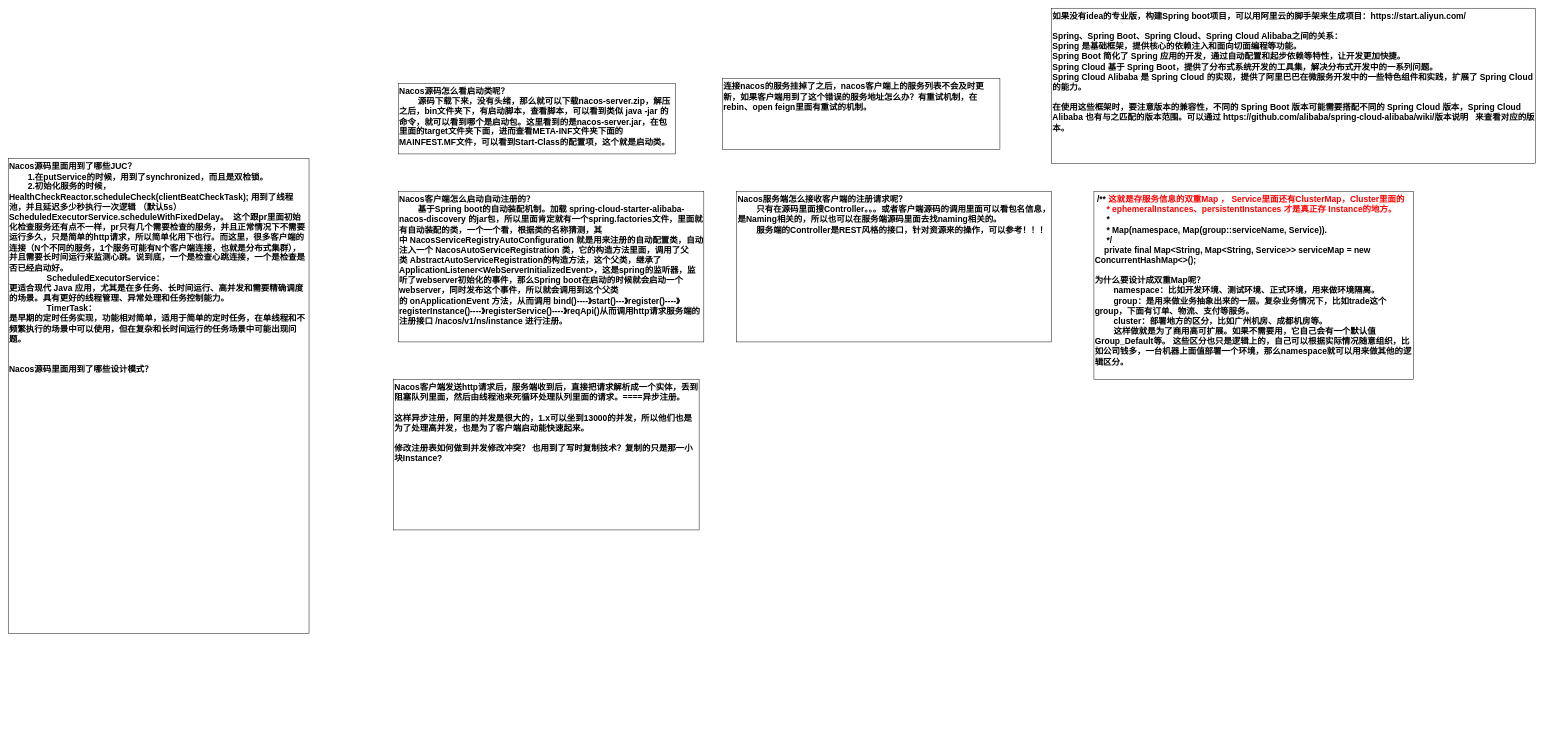
KGwolf/MyDraw keeps this draw.io diagram as JAVA/Nacos.drawio. Above is the earlier version. Source tidied: cells renumbered, new cells numbered last; positions are measured from the earlier drawing's top-left corner, leaving out a move shared by most shapes. Both pictures are drawn from the tidied source at 47%, with x=0, y=0 at pixel (8, 8).
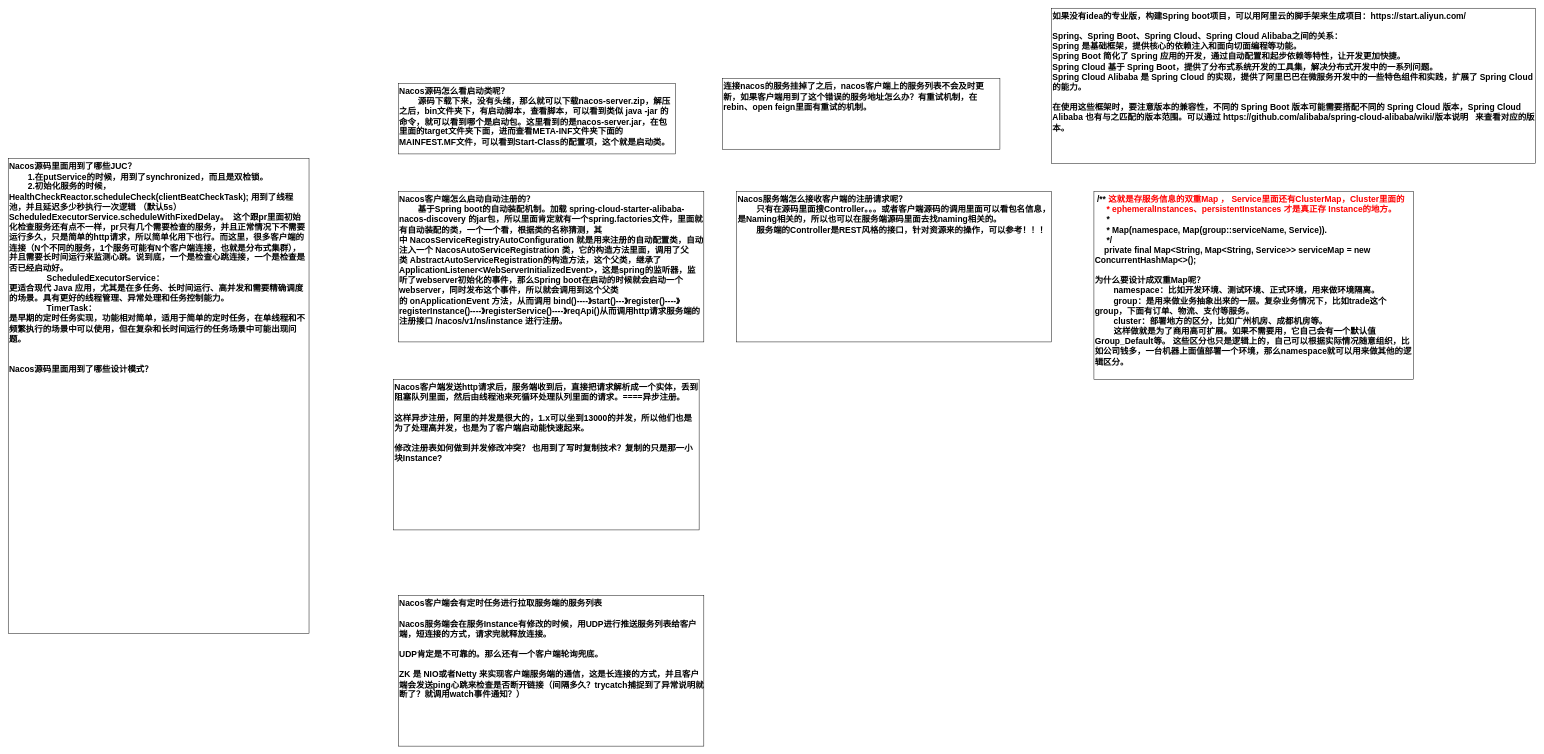
The same diagram, later.

What changed in the source:
```diff
@@
 <mxGraphModel>
   <root>
     <mxCell id="0" />
     <mxCell id="1" parent="0" />
     <mxCell id="2" value="Nacos源码怎么看启动类呢？&lt;div&gt;&lt;span style=&quot;white-space: pre;&quot;&gt;&#9;&lt;/span&gt;源码下载下来，没有头绪，那么就可以下载nacos-server.zip，解压之后，bin文件夹下，有启动脚本，查看脚本，可以看到类似 java -jar 的命令，就可以看到哪个是启动包。这里看到的是nacos-server.jar，在包里面的target文件夹下面，进而查看META-INF文件夹下面的MAINFEST.MF文件，可以看到Start-Class的配置项，这个就是启动类。&lt;br&gt;&lt;/div&gt;" style="rounded=0;whiteSpace=wrap;html=1;fontSize=18;fontStyle=1;verticalAlign=top;align=left;" parent="1" vertex="1">
       <mxGeometry x="830" y="160" width="590" height="150" as="geometry" />
     </mxCell>
     <mxCell id="3" value="连接nacos的服务挂掉了之后，nacos客户端上的服务列表不会及时更新，如果客户端用到了这个错误的服务地址怎么办？有重试机制，在rebin、open feign里面有重试的机制。" style="rounded=0;whiteSpace=wrap;html=1;fontSize=18;fontStyle=1;verticalAlign=top;align=left;" parent="1" vertex="1">
       <mxGeometry x="1520" y="150" width="590" height="150" as="geometry" />
     </mxCell>
     <mxCell id="4" value="如果没有idea的专业版，构建Spring boot项目，可以用阿里云的脚手架来生成项目：https://start.aliyun.com/&lt;div&gt;&lt;br&gt;&lt;/div&gt;&lt;div&gt;Spring、Spring Boot、Spring Cloud、Spring Cloud Alibaba之间的关系：&lt;/div&gt;&lt;div&gt;&lt;div&gt;Spring 是基础框架，提供核心的依赖注入和面向切面编程等功能。&lt;/div&gt;&lt;div&gt;Spring Boot 简化了 Spring 应用的开发，通过自动配置和起步依赖等特性，让开发更加快捷。&lt;/div&gt;&lt;div&gt;Spring Cloud 基于 Spring Boot，提供了分布式系统开发的工具集，解决分布式开发中的一系列问题。&lt;/div&gt;&lt;div&gt;Spring Cloud Alibaba 是 Spring Cloud 的实现，提供了阿里巴巴在微服务开发中的一些特色组件和实践，扩展了 Spring Cloud 的能力。&lt;/div&gt;&lt;div&gt;&lt;br&gt;&lt;/div&gt;&lt;div&gt;在使用这些框架时，要注意版本的兼容性，不同的 Spring Boot 版本可能需要搭配不同的 Spring Cloud 版本，Spring Cloud Alibaba 也有与之匹配的版本范围。可以通过&amp;nbsp;https://github.com/alibaba/spring-cloud-alibaba/wiki/版本说明&amp;nbsp; &amp;nbsp;来查看对应的版本。&lt;/div&gt;&lt;/div&gt;" style="rounded=0;whiteSpace=wrap;html=1;fontSize=18;fontStyle=1;verticalAlign=top;align=left;" parent="1" vertex="1">
       <mxGeometry x="2220" width="1030" height="330" as="geometry" />
     </mxCell>
     <mxCell id="5" value="Nacos客户端怎么启动自动注册的？&lt;div&gt;&lt;span style=&quot;white-space: pre;&quot;&gt;&#9;&lt;/span&gt;基于Spring boot的自动装配机制。加载&amp;nbsp;spring-cloud-starter-alibaba-nacos-discovery 的jar包，所以里面肯定就有一个spring.factories文件，里面就有自动装配的类，一个一个看，根据类的名称猜测，其中&amp;nbsp;NacosServiceRegistryAutoConfiguration 就是用来注册的自动配置类，自动注入一个&amp;nbsp;NacosAutoServiceRegistration 类，它的构造方法里面，调用了父类&amp;nbsp;AbstractAutoServiceRegistration的构造方法，这个父类，继承了ApplicationListener&amp;lt;WebServerInitializedEvent&amp;gt;，这是spring的监听器，监听了webserver初始化的事件，那么Spring boot在启动的时候就会启动一个webserver，同时发布这个事件，所以就会调用到这个父类的&amp;nbsp;onApplicationEvent 方法，从而调用 bind()----》start()---》register()----》registerInstance()----》registerService()----》reqApi()从而调用http请求服务端的注册接口 /nacos/v1/ns/instance 进行注册。&lt;br&gt;&lt;/div&gt;" style="rounded=0;whiteSpace=wrap;html=1;fontSize=18;fontStyle=1;verticalAlign=top;align=left;" parent="1" vertex="1">
       <mxGeometry x="830" y="390" width="650" height="320" as="geometry" />
     </mxCell>
     <mxCell id="6" value="Nacos服务端怎么接收客户端的注册请求呢？&lt;div&gt;&lt;span style=&quot;white-space: pre;&quot;&gt;&#9;&lt;/span&gt;只有在源码里面搜Controller。。。或者客户端源码的调用里面可以看包名信息，是Naming相关的，所以也可以在服务端源码里面去找naming相关的。&lt;br&gt;&lt;/div&gt;&lt;div&gt;&lt;span style=&quot;white-space: pre;&quot;&gt;&#9;&lt;/span&gt;服务端的Controller是REST风格的接口，针对资源来的操作，可以参考！！！&lt;br&gt;&lt;/div&gt;" style="rounded=0;whiteSpace=wrap;html=1;fontSize=18;fontStyle=1;verticalAlign=top;align=left;" parent="1" vertex="1">
       <mxGeometry x="1550" y="390" width="670" height="320" as="geometry" />
     </mxCell>
     <mxCell id="7" value="&lt;div&gt;&lt;div&gt;&amp;nbsp;/** &lt;font style=&quot;color: rgb(255, 0, 0);&quot;&gt;这就是存服务信息的双重Map ， Service里面还有ClusterMap，Cluster里面的&lt;/font&gt;&lt;/div&gt;&lt;div&gt;&lt;font style=&quot;color: rgb(255, 0, 0);&quot;&gt;&amp;nbsp; &amp;nbsp; &amp;nbsp;*&amp;nbsp;ephemeralInstances、persistentInstances 才是真正存 Instance的地方。&lt;/font&gt;&lt;/div&gt;&lt;div&gt;&amp;nbsp; &amp;nbsp; &amp;nbsp;*&lt;/div&gt;&lt;div&gt;&amp;nbsp; &amp;nbsp; &amp;nbsp;* Map(namespace, Map(group::serviceName, Service)).&lt;/div&gt;&lt;div&gt;&amp;nbsp; &amp;nbsp; &amp;nbsp;*/&lt;/div&gt;&lt;div&gt;&amp;nbsp; &amp;nbsp; private final Map&amp;lt;String, Map&amp;lt;String, Service&amp;gt;&amp;gt; serviceMap = new ConcurrentHashMap&amp;lt;&amp;gt;();&lt;/div&gt;&lt;/div&gt;&lt;div&gt;&lt;br&gt;&lt;/div&gt;&lt;div&gt;为什么要设计成双重Map呢？&lt;/div&gt;&lt;div&gt;&lt;span style=&quot;white-space: pre;&quot;&gt;&#9;&lt;/span&gt;namespace：比如开发环境、测试环境、正式环境，用来做环境隔离。&lt;br&gt;&lt;/div&gt;&lt;div&gt;&lt;span style=&quot;white-space: pre;&quot;&gt;&#9;&lt;/span&gt;group：是用来做业务抽象出来的一层。复杂业务情况下，比如trade这个group，下面有订单、物流、支付等服务。&lt;br&gt;&lt;/div&gt;&lt;div&gt;&lt;span style=&quot;white-space: pre;&quot;&gt;&#9;&lt;/span&gt;cluster：部署地方的区分，比如广州机房、成都机房等。&lt;br&gt;&lt;/div&gt;&lt;div&gt;&lt;span style=&quot;white-space: pre;&quot;&gt;&#9;&lt;/span&gt;这样做就是为了商用高可扩展。如果不需要用，它自己会有一个默认值 Group_Default等。 这些区分也只是逻辑上的，自己可以根据实际情况随意组织，比如公司钱多，一台机器上面值部署一个环境，那么namespace就可以用来做其他的逻辑区分。&lt;br&gt;&lt;/div&gt;" style="rounded=0;whiteSpace=wrap;html=1;fontSize=18;fontStyle=1;verticalAlign=top;align=left;" parent="1" vertex="1">
       <mxGeometry x="2310" y="390" width="680" height="400" as="geometry" />
     </mxCell>
     <mxCell id="8" value="Nacos源码里面用到了哪些JUC？&lt;div&gt;&lt;span style=&quot;white-space: pre;&quot;&gt;&#9;&lt;/span&gt;1.在putService的时候，用到了synchronized，而且是双检锁。&lt;br&gt;&lt;/div&gt;&lt;div&gt;&lt;span style=&quot;white-space: pre;&quot;&gt;&#9;&lt;/span&gt;2.初始化服务的时候，HealthCheckReactor.scheduleCheck(clientBeatCheckTask); 用到了线程池，并且延迟多少秒执行一次逻辑 （默认5s） ScheduledExecutorService.scheduleWithFixedDelay。&amp;nbsp; 这个跟pr里面初始化检查服务还有点不一样，pr只有几个需要检查的服务，并且正常情况下不需要运行多久，只是简单的http请求，所以简单化用下也行。而这里，很多客户端的连接（N个不同的服务，1个服务可能有N个客户端连接，也就是分布式集群），并且需要长时间运行来监测心跳。说到底，一个是检查心跳连接，一个是检查是否已经启动好。&lt;br&gt;&lt;/div&gt;&lt;div&gt;&lt;span style=&quot;white-space: pre;&quot;&gt;&#9;&lt;/span&gt;&lt;span style=&quot;white-space: pre;&quot;&gt;&#9;&lt;/span&gt;&lt;span style=&quot;background-color: transparent;&quot;&gt;ScheduledExecutorService：&lt;br&gt;更适合现代 Java 应用，尤其是在多任务、长时间运行、高并发和需要精确调度的场景。具有更好的线程管理、异常处理和任务控制能力。&amp;nbsp;&lt;/span&gt;&lt;/div&gt;&lt;div&gt;&lt;span style=&quot;background-color: transparent;&quot;&gt;&lt;span style=&quot;white-space: pre;&quot;&gt;&#9;&lt;/span&gt;&lt;span style=&quot;white-space: pre;&quot;&gt;&#9;&lt;/span&gt;TimerTask：&lt;br&gt;是早期的定时任务实现，功能相对简单，适用于简单的定时任务，在单线程和不频繁执行的场景中可以使用，但在复杂和长时间运行的任务场景中可能出现问题。&lt;/span&gt;&lt;br&gt;&lt;/div&gt;&lt;div&gt;&lt;br&gt;&lt;/div&gt;&lt;div&gt;&lt;br&gt;&lt;/div&gt;&lt;div&gt;Nacos源码里面用到了哪些设计模式？&lt;/div&gt;" style="rounded=0;whiteSpace=wrap;html=1;fontSize=18;fontStyle=1;verticalAlign=top;align=left;" parent="1" vertex="1">
       <mxGeometry y="320" width="640" height="1010" as="geometry" />
     </mxCell>
     <mxCell id="9" value="Nacos客户端发送http请求后，服务端收到后，直接把请求解析成一个实体，丢到阻塞队列里面，然后由线程池来死循环处理队列里面的请求。====异步注册。&lt;div&gt;&lt;br&gt;&lt;/div&gt;&lt;div&gt;这样异步注册，阿里的并发是很大的，1.x可以坐到13000的并发，所以他们也是为了处理高并发，也是为了客户端启动能快速起来。&lt;/div&gt;&lt;div&gt;&lt;br&gt;&lt;/div&gt;&lt;div&gt;修改注册表如何做到并发修改冲突？ 也用到了写时复制技术？复制的只是那一小块Instance?&lt;/div&gt;" style="rounded=0;whiteSpace=wrap;html=1;fontSize=18;fontStyle=1;verticalAlign=top;align=left;" parent="1" vertex="1">
       <mxGeometry x="820" y="790" width="650" height="320" as="geometry" />
     </mxCell>
+    <mxCell id="10" value="Nacos客户端会有定时任务进行拉取服务端的服务列表&lt;div&gt;&lt;br&gt;&lt;/div&gt;&lt;div&gt;Nacos服务端会在服务Instance有修改的时候，用UDP进行推送服务列表给客户端，短连接的方式，请求完就释放连接。&lt;/div&gt;&lt;div&gt;&lt;br&gt;&lt;/div&gt;&lt;div&gt;UDP肯定是不可靠的。那么还有一个客户端轮询兜底。&lt;/div&gt;&lt;div&gt;&lt;br&gt;&lt;/div&gt;&lt;div&gt;ZK 是 NIO或者Netty 来实现客户端服务端的通信，这是长连接的方式，并且客户端会发送ping心跳来检查是否断开链接（间隔多久？trycatch捕捉到了异常说明就断了？就调用watch事件通知？）&lt;/div&gt;" style="rounded=0;whiteSpace=wrap;html=1;fontSize=18;fontStyle=1;verticalAlign=top;align=left;" parent="1" vertex="1">
+      <mxGeometry x="830" y="1250" width="650" height="320" as="geometry" />
+    </mxCell>
   </root>
 </mxGraphModel>
```
